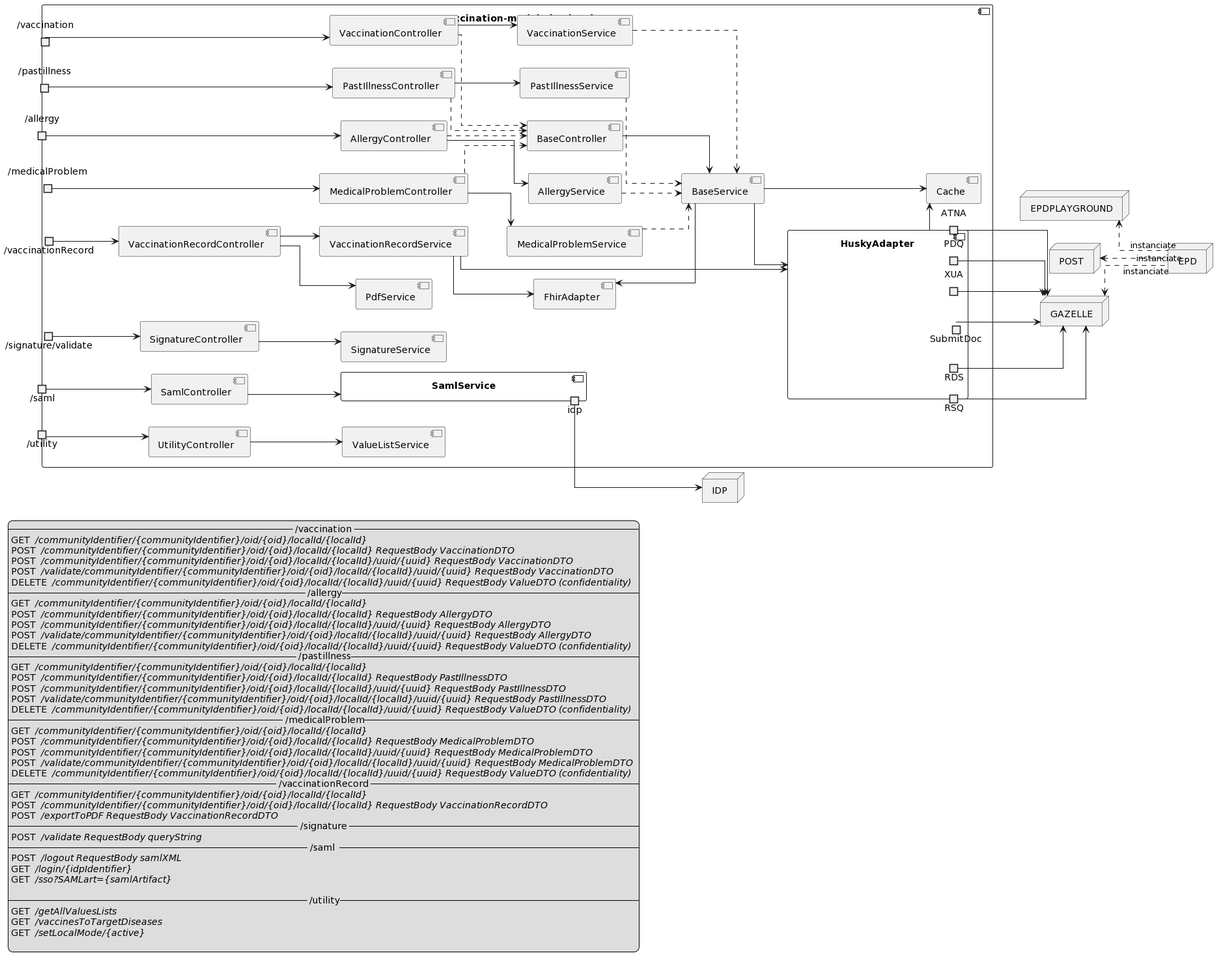
Above: Implementation/vaccination-module-backend/docs/plantuml/components.png in ehealthsuisse/Impfmodul-Phase-I (PlantUML), before the change.
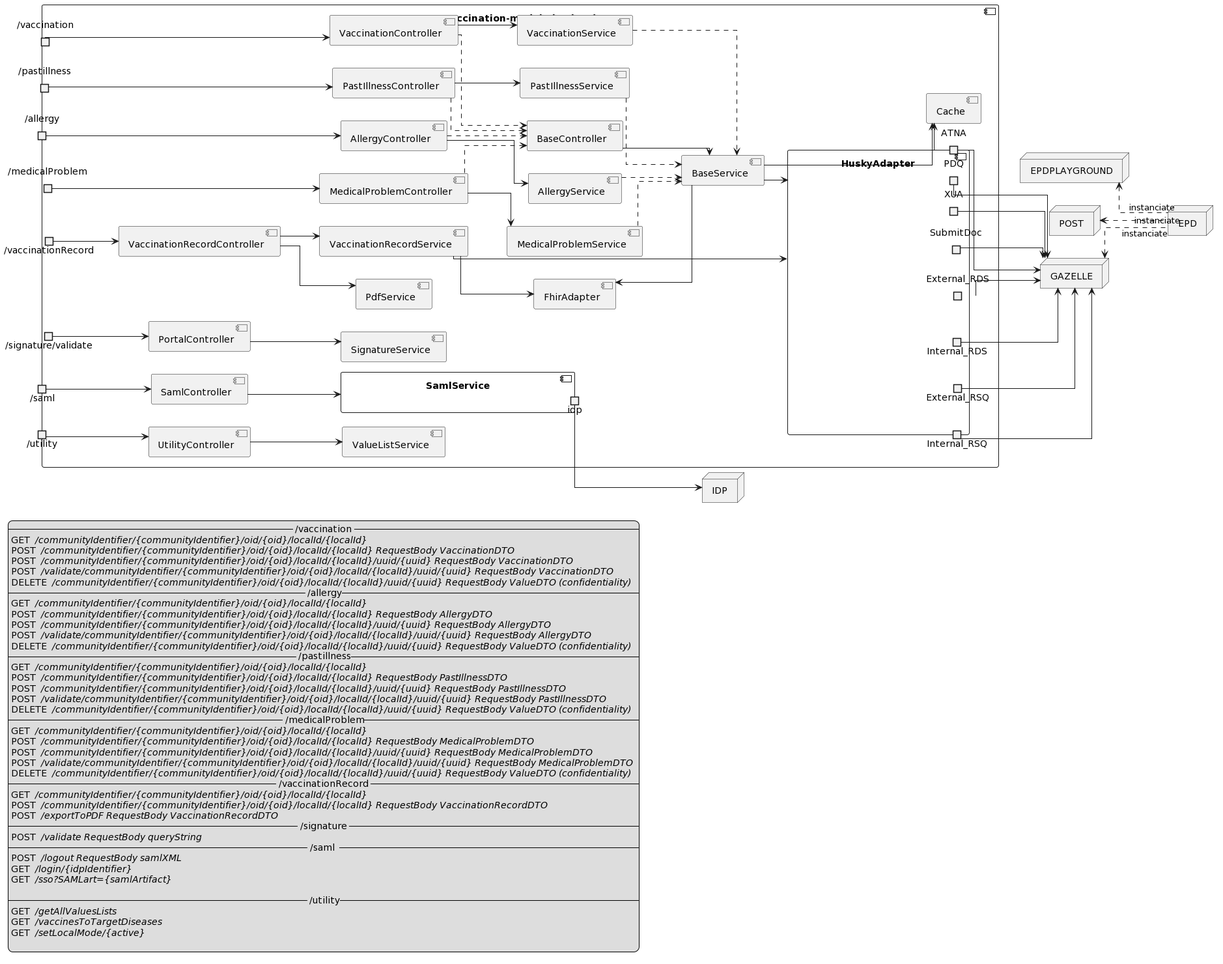
The same diagram one commit later.

Diff of the diagram source:
```diff
@@ -21,7 +21,7 @@
   component AllergyController
   component MedicalProblemController
   component VaccinationRecordController
-  component SignatureController
+  component PortalController
   component UtilityController
   component SamlController
 
@@ -41,8 +41,10 @@
   component HuskyAdapter {
      portout PDQ
      portout ATNA
-     portout RSQ
-     portout RDS
+     portout Internal_RSQ
+     portout External_RSQ
+     portout Internal_RDS
+     portout External_RDS
      portout SubmitDoc
      portout XUA
   }
@@ -83,8 +85,8 @@
 BaseService           --> Cache
 HuskyAdapter         -d-> Cache
 
-port_signature        --> SignatureController
-SignatureController   --> SignatureService
+port_signature        --> PortalController
+PortalController      --> SignatureService
 
 port_saml             --> SamlController
 SamlController        --> SamlService
@@ -99,8 +101,10 @@
 
 PDQ           --> GAZELLE
 XUA           --> GAZELLE
-RSQ           --> GAZELLE
-RDS           --> GAZELLE
+Internal_RSQ  --> GAZELLE
+External_RSQ  --> GAZELLE
+Internal_RDS  --> GAZELLE
+External_RDS  --> GAZELLE
 SubmitDoc     --> GAZELLE
 ATNA          --> GAZELLE
 idp           --> IDP
```
